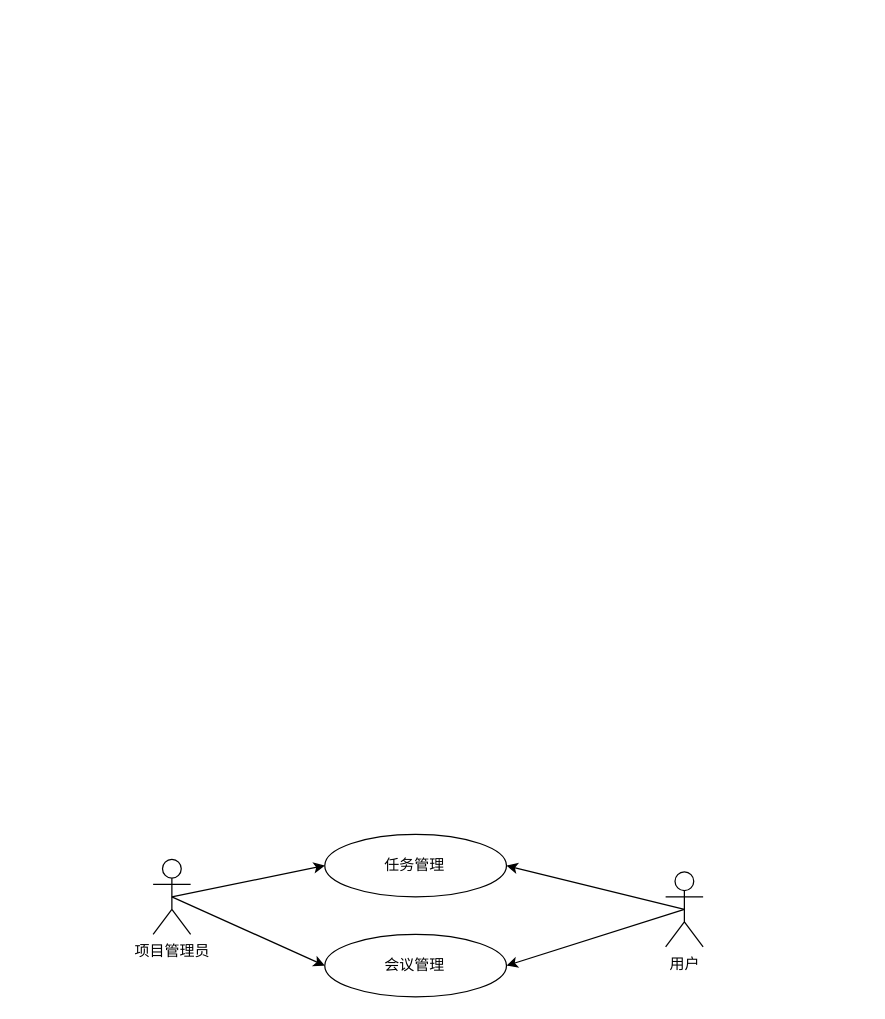
Earlier version of the draw.io diagram usecase/项目管理子系统.drawio (TongjiMicroservice/Documents). Source tidied: cells renumbered, new cells numbered last; positions are measured from the earlier drawing's top-left corner, leaving out a move shared by most shapes. Both pictures are drawn from the tidied source at 125%, with x=0, y=0 at pixel (152, 834).
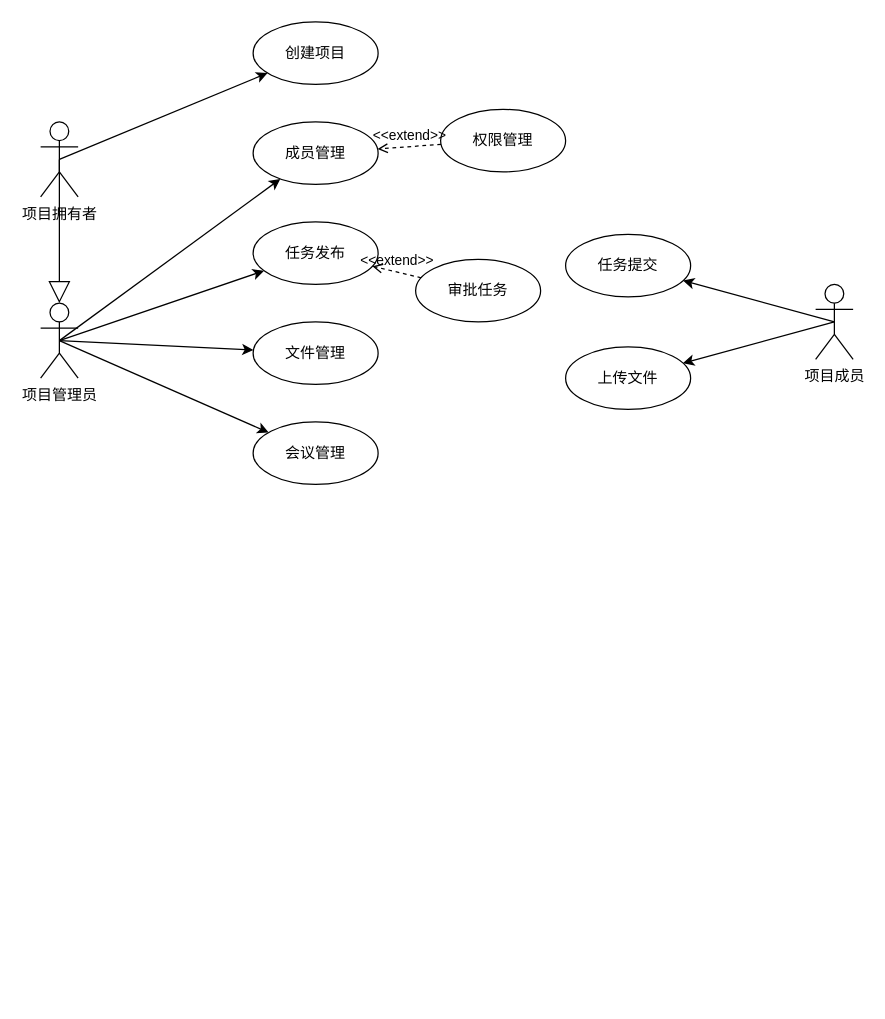
Above is the later version.

The edit, as a diff of the source:
```diff
@@
-    <mxCell id="2" value="任务管理" style="ellipse;whiteSpace=wrap;html=1;" parent="1" vertex="1">
-      <mxGeometry x="137.3" width="145.4" height="50" as="geometry" />
-    </mxCell>
+    <mxCell id="10" value="创建项目" style="ellipse;whiteSpace=wrap;html=1;" parent="1" vertex="1">
+      <mxGeometry x="80" y="-650" width="100" height="50" as="geometry" />
+    </mxCell>
+    <mxCell id="11" value="任务发布" style="ellipse;whiteSpace=wrap;html=1;" parent="1" vertex="1">
+      <mxGeometry x="80" y="-490" width="100" height="50" as="geometry" />
+    </mxCell>
+    <mxCell id="12" value="任务提交" style="ellipse;whiteSpace=wrap;html=1;" parent="1" vertex="1">
+      <mxGeometry x="330" y="-480" width="100" height="50" as="geometry" />
+    </mxCell>
+    <mxCell id="13" value="成员管理" style="ellipse;whiteSpace=wrap;html=1;" parent="1" vertex="1">
+      <mxGeometry x="80" y="-570" width="100" height="50" as="geometry" />
+    </mxCell>
+    <mxCell id="14" value="权限管理" style="ellipse;whiteSpace=wrap;html=1;" parent="1" vertex="1">
+      <mxGeometry x="230" y="-580" width="100" height="50" as="geometry" />
+    </mxCell>
+    <mxCell id="15" value="&amp;lt;&amp;lt;extend&amp;gt;&amp;gt;" style="html=1;verticalAlign=bottom;labelBackgroundColor=none;endArrow=open;endFill=0;dashed=1;strokeWidth=1;endSize=6;" parent="1" edge="1" source="14" target="13">
+      <mxGeometry relative="1" as="geometry" />
+    </mxCell>
     <mxCell id="3" value="会议管理" style="ellipse;whiteSpace=wrap;html=1;" parent="1" vertex="1">
-      <mxGeometry x="137.3" y="80" width="145.4" height="50" as="geometry" />
+      <mxGeometry x="80" y="-330" width="100" height="50" as="geometry" />
     </mxCell>
-    <mxCell id="4" style="edgeStyle=none;html=1;exitX=0.5;exitY=0.5;exitDx=0;exitDy=0;exitPerimeter=0;entryX=0;entryY=0.5;entryDx=0;entryDy=0;" parent="1" edge="1" source="6" target="2">
-      <mxGeometry relative="1" as="geometry" />
-    </mxCell>
+    <mxCell id="16" value="文件管理" style="ellipse;whiteSpace=wrap;html=1;" parent="1" vertex="1">
+      <mxGeometry x="80" y="-410" width="100" height="50" as="geometry" />
+    </mxCell>
+    <mxCell id="17" value="上传文件" style="ellipse;whiteSpace=wrap;html=1;" parent="1" vertex="1">
+      <mxGeometry x="330" y="-390" width="100" height="50" as="geometry" />
+    </mxCell>
+    <mxCell id="18" value="审批任务" style="ellipse;whiteSpace=wrap;html=1;" parent="1" vertex="1">
+      <mxGeometry x="210" y="-460" width="100" height="50" as="geometry" />
+    </mxCell>
+    <mxCell id="19" value="&amp;lt;&amp;lt;extend&amp;gt;&amp;gt;" style="html=1;verticalAlign=bottom;labelBackgroundColor=none;endArrow=open;endFill=0;dashed=1;strokeWidth=1;endSize=6;" parent="1" edge="1" source="18" target="11">
+      <mxGeometry relative="1" as="geometry" />
+    </mxCell>
+    <mxCell id="20" style="edgeStyle=none;html=1;exitX=0.5;exitY=0.5;exitDx=0;exitDy=0;exitPerimeter=0;strokeWidth=1;endArrow=classic;endFill=1;endSize=6;" parent="1" edge="1" source="22" target="10">
+      <mxGeometry relative="1" as="geometry" />
+    </mxCell>
+    <mxCell id="21" style="edgeStyle=none;html=1;exitX=0.5;exitY=0.5;exitDx=0;exitDy=0;exitPerimeter=0;entryX=0.5;entryY=0;entryDx=0;entryDy=0;entryPerimeter=0;strokeWidth=1;endArrow=block;endFill=0;endSize=15;" parent="1" edge="1" source="22" target="6">
+      <mxGeometry relative="1" as="geometry" />
+    </mxCell>
+    <mxCell id="22" value="项目拥有者" style="shape=umlActor;verticalLabelPosition=bottom;verticalAlign=top;html=1;outlineConnect=0;" parent="1" vertex="1">
+      <mxGeometry x="-90" y="-570" width="30" height="60" as="geometry" />
+    </mxCell>
+    <mxCell id="23" style="edgeStyle=none;html=1;exitX=0.5;exitY=0.5;exitDx=0;exitDy=0;exitPerimeter=0;strokeWidth=1;endArrow=classic;endFill=1;endSize=6;" parent="1" edge="1" source="6" target="13">
+      <mxGeometry relative="1" as="geometry" />
+    </mxCell>
+    <mxCell id="24" style="edgeStyle=none;html=1;exitX=0.5;exitY=0.5;exitDx=0;exitDy=0;exitPerimeter=0;strokeWidth=1;endArrow=classic;endFill=1;endSize=6;" parent="1" edge="1" source="6" target="11">
+      <mxGeometry relative="1" as="geometry" />
+    </mxCell>
+    <mxCell id="25" style="edgeStyle=none;html=1;exitX=0.5;exitY=0.5;exitDx=0;exitDy=0;exitPerimeter=0;strokeWidth=1;endArrow=classic;endFill=1;endSize=6;" parent="1" edge="1" source="6" target="16">
+      <mxGeometry relative="1" as="geometry" />
+    </mxCell>
-    <mxCell id="5" style="edgeStyle=none;html=1;exitX=0.5;exitY=0.5;exitDx=0;exitDy=0;exitPerimeter=0;entryX=0;entryY=0.5;entryDx=0;entryDy=0;" parent="1" edge="1" source="6" target="3">
+    <mxCell id="5" style="edgeStyle=none;html=1;exitX=0.5;exitY=0.5;exitDx=0;exitDy=0;exitPerimeter=0;strokeWidth=1;endArrow=classic;endFill=1;endSize=6;" parent="1" edge="1" source="6" target="3">
       <mxGeometry relative="1" as="geometry" />
     </mxCell>
     <mxCell id="6" value="项目管理员" style="shape=umlActor;verticalLabelPosition=bottom;verticalAlign=top;html=1;outlineConnect=0;" parent="1" vertex="1">
-      <mxGeometry y="20" width="30" height="60" as="geometry" />
+      <mxGeometry x="-90" y="-425" width="30" height="60" as="geometry" />
     </mxCell>
-    <mxCell id="7" style="edgeStyle=none;html=1;exitX=0.5;exitY=0.5;exitDx=0;exitDy=0;exitPerimeter=0;entryX=1;entryY=0.5;entryDx=0;entryDy=0;" parent="1" edge="1" source="9" target="2">
-      <mxGeometry relative="1" as="geometry" />
-    </mxCell>
-    <mxCell id="8" style="edgeStyle=none;html=1;exitX=0.5;exitY=0.5;exitDx=0;exitDy=0;exitPerimeter=0;entryX=1;entryY=0.5;entryDx=0;entryDy=0;" parent="1" edge="1" source="9" target="3">
-      <mxGeometry relative="1" as="geometry" />
-    </mxCell>
-    <mxCell id="9" value="用户" style="shape=umlActor;verticalLabelPosition=bottom;verticalAlign=top;html=1;outlineConnect=0;" parent="1" vertex="1">
-      <mxGeometry x="410" y="30" width="30" height="60" as="geometry" />
-    </mxCell>
+    <mxCell id="26" style="edgeStyle=none;html=1;exitX=0.5;exitY=0.5;exitDx=0;exitDy=0;exitPerimeter=0;strokeWidth=1;endArrow=classic;endFill=1;endSize=6;" parent="1" edge="1" source="28" target="12">
+      <mxGeometry relative="1" as="geometry" />
+    </mxCell>
+    <mxCell id="27" style="edgeStyle=none;html=1;exitX=0.5;exitY=0.5;exitDx=0;exitDy=0;exitPerimeter=0;" parent="1" edge="1" source="28" target="17">
+      <mxGeometry relative="1" as="geometry" />
+    </mxCell>
+    <mxCell id="28" value="项目成员" style="shape=umlActor;verticalLabelPosition=bottom;verticalAlign=top;html=1;outlineConnect=0;" parent="1" vertex="1">
+      <mxGeometry x="530" y="-440" width="30" height="60" as="geometry" />
+    </mxCell>
```
